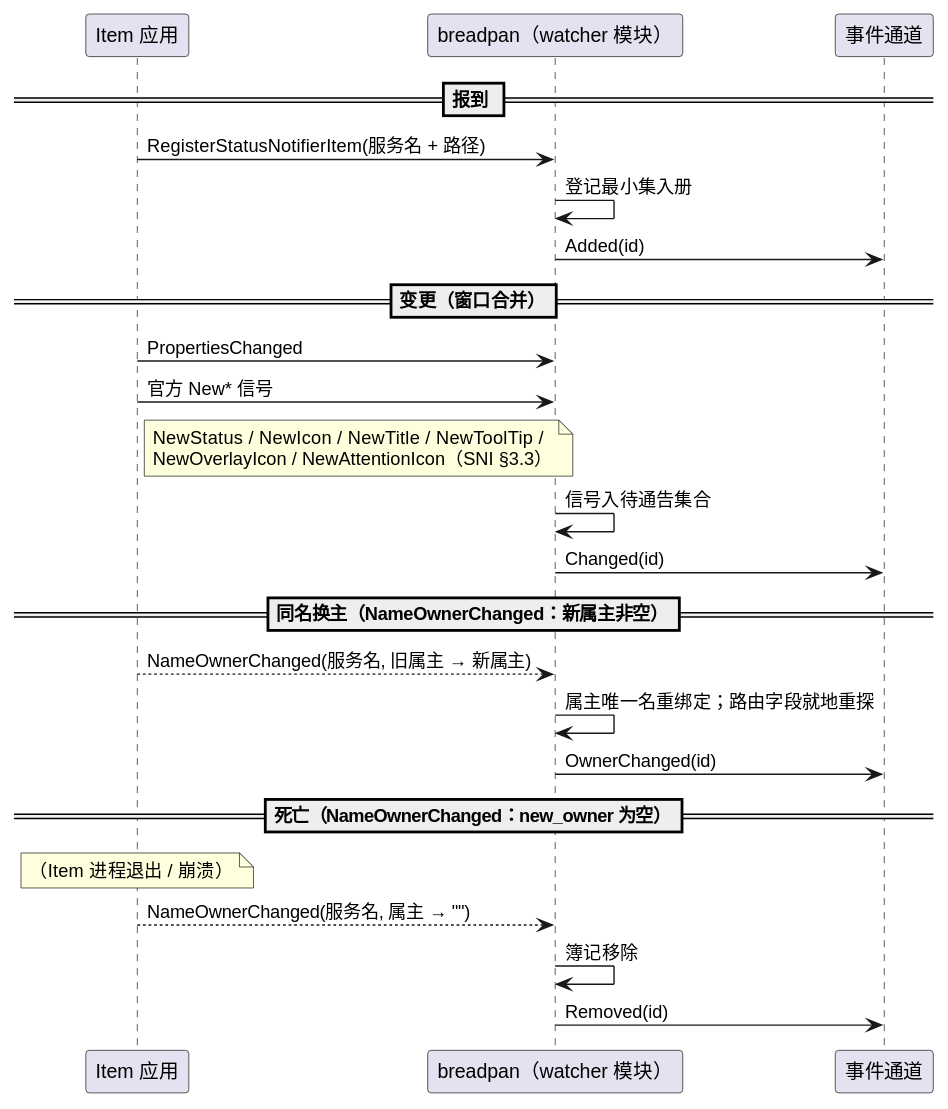
This is breadpan/diagram/breadpan-item-lifecycle.svg from 54m43lJ/BreadKnife, a PlantUML export, as it was before one commit.
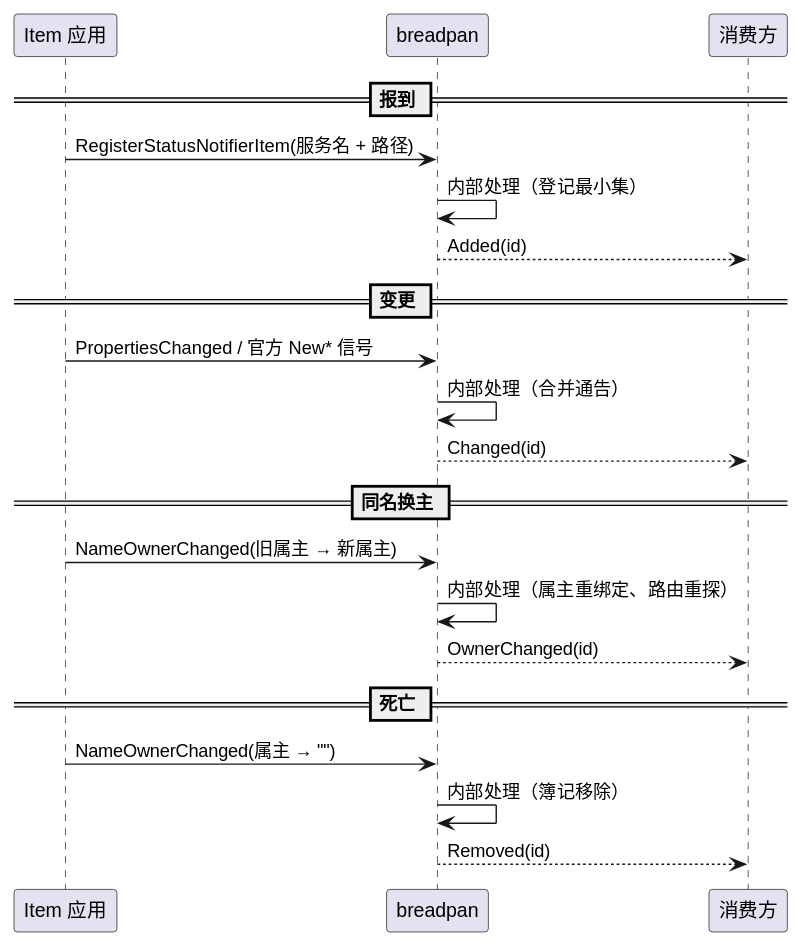
The same diagram one commit later.

Change to the diagram source:
```diff
@@ -1,31 +1,25 @@
 @startuml
 participant "Item 应用" as item
-participant "breadpan（watcher 模块）" as bp
-participant "事件通道" as ch
+participant breadpan
+participant 消费方
 
 == 报到 ==
-item -> bp: RegisterStatusNotifierItem(服务名 + 路径)
-bp -> bp: 登记最小集入册
-bp -> ch: Added(id)
+item -> breadpan: RegisterStatusNotifierItem(服务名 + 路径)
+breadpan -> breadpan: 内部处理（登记最小集）
+breadpan --> 消费方: Added(id)
 
-== 变更（窗口合并）==
-item -> bp: PropertiesChanged
-item -> bp: 官方 New* 信号
-note right of item
-  NewStatus / NewIcon / NewTitle / NewToolTip /
-  NewOverlayIcon / NewAttentionIcon（SNI §3.3）
-end note
-bp -> bp: 信号入待通告集合
-bp -> ch: Changed(id)
+== 变更 ==
+item -> breadpan: PropertiesChanged / 官方 New* 信号
+breadpan -> breadpan: 内部处理（合并通告）
+breadpan --> 消费方: Changed(id)
 
-== 同名换主（NameOwnerChanged：新属主非空）==
-item --> bp: NameOwnerChanged(服务名, 旧属主 → 新属主)
-bp -> bp: 属主唯一名重绑定；路由字段就地重探
-bp -> ch: OwnerChanged(id)
+== 同名换主 ==
+item -> breadpan: NameOwnerChanged(旧属主 → 新属主)
+breadpan -> breadpan: 内部处理（属主重绑定、路由重探）
+breadpan --> 消费方: OwnerChanged(id)
 
-== 死亡（NameOwnerChanged：new_owner 为空）==
-note over item: （Item 进程退出 / 崩溃）
-item --> bp: NameOwnerChanged(服务名, 属主 → "")
-bp -> bp: 簿记移除
-bp -> ch: Removed(id)
+== 死亡 ==
+item -> breadpan: NameOwnerChanged(属主 → "")
+breadpan -> breadpan: 内部处理（簿记移除）
+breadpan --> 消费方: Removed(id)
 @enduml
```
